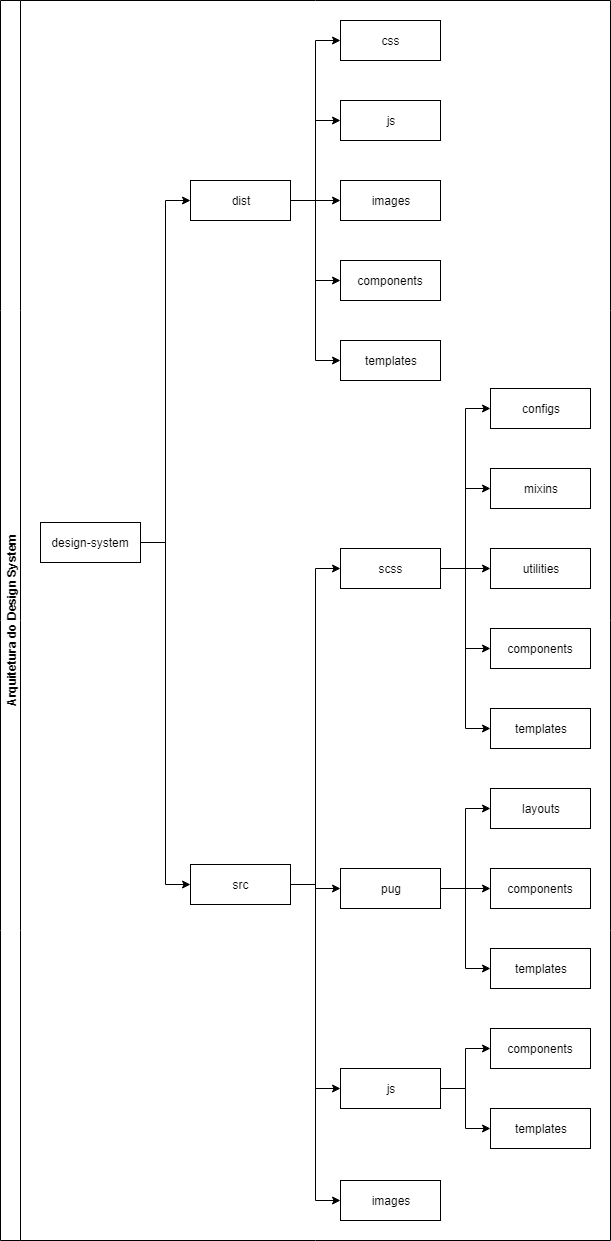
Above: docs/arquitetura/arquitetura.png in ouvidoria-inpi/tympanus (draw.io), before the change. Source tidied: cells renumbered, new cells last; positions are measured from the earlier drawing's top-left corner, leaving out a move shared by most shapes. Its diagram source:
```xml
<mxGraphModel>
  <root>
    <mxCell id="0" />
    <mxCell id="1" parent="0" />
    <mxCell id="2" value="Arquitetura do Design System" style="swimlane;html=1;startSize=20;horizontal=0;horizontalTree=1;containerType=tree;" parent="1" vertex="1">
      <mxGeometry width="610" height="1240" as="geometry" />
    </mxCell>
    <mxCell id="3" value="design-system" style="whiteSpace=wrap;html=1;" parent="2" vertex="1">
      <mxGeometry x="40" y="522" width="100" height="40" as="geometry" />
    </mxCell>
    <mxCell id="4" value="dist" style="whiteSpace=wrap;html=1;" parent="2" vertex="1">
      <mxGeometry x="190" y="180" width="100" height="40" as="geometry" />
    </mxCell>
    <mxCell id="5" style="edgeStyle=elbowEdgeStyle;elbow=horizontal;html=1;rounded=0;" parent="2" edge="1" source="3" target="4">
      <mxGeometry relative="1" as="geometry" />
    </mxCell>
    <mxCell id="6" style="edgeStyle=elbowEdgeStyle;elbow=horizontal;html=1;rounded=0;" parent="2" edge="1" source="3" target="7">
      <mxGeometry relative="1" as="geometry" />
    </mxCell>
    <mxCell id="7" value="src" style="whiteSpace=wrap;html=1;" parent="2" vertex="1">
      <mxGeometry x="190" y="864" width="100" height="40" as="geometry" />
    </mxCell>
    <mxCell id="8" style="edgeStyle=elbowEdgeStyle;elbow=horizontal;html=1;rounded=0;" parent="2" edge="1" source="4" target="9">
      <mxGeometry relative="1" as="geometry" />
    </mxCell>
    <mxCell id="9" value="css" style="whiteSpace=wrap;html=1;" parent="2" vertex="1">
      <mxGeometry x="340" y="20" width="100" height="40" as="geometry" />
    </mxCell>
    <mxCell id="10" style="edgeStyle=elbowEdgeStyle;elbow=horizontal;html=1;rounded=0;" parent="2" edge="1" source="4" target="11">
      <mxGeometry relative="1" as="geometry" />
    </mxCell>
    <mxCell id="11" value="js" style="whiteSpace=wrap;html=1;" parent="2" vertex="1">
      <mxGeometry x="340" y="100" width="100" height="40" as="geometry" />
    </mxCell>
    <mxCell id="12" style="edgeStyle=elbowEdgeStyle;elbow=horizontal;html=1;rounded=0;" parent="2" edge="1" source="4" target="13">
      <mxGeometry relative="1" as="geometry" />
    </mxCell>
    <mxCell id="13" value="images" style="whiteSpace=wrap;html=1;" parent="2" vertex="1">
      <mxGeometry x="340" y="180" width="100" height="40" as="geometry" />
    </mxCell>
    <mxCell id="14" style="edgeStyle=elbowEdgeStyle;elbow=horizontal;html=1;rounded=0;" parent="2" edge="1" source="7" target="15">
      <mxGeometry relative="1" as="geometry" />
    </mxCell>
    <mxCell id="15" value="scss" style="whiteSpace=wrap;html=1;" parent="2" vertex="1">
      <mxGeometry x="340" y="548" width="100" height="40" as="geometry" />
    </mxCell>
    <mxCell id="16" style="edgeStyle=elbowEdgeStyle;elbow=horizontal;html=1;rounded=0;" parent="2" edge="1" source="15" target="17">
      <mxGeometry relative="1" as="geometry" />
    </mxCell>
    <mxCell id="17" value="configs" style="whiteSpace=wrap;html=1;" parent="2" vertex="1">
      <mxGeometry x="490" y="388" width="100" height="40" as="geometry" />
    </mxCell>
    <mxCell id="18" style="edgeStyle=elbowEdgeStyle;elbow=horizontal;html=1;rounded=0;" parent="2" edge="1" source="15" target="19">
      <mxGeometry relative="1" as="geometry" />
    </mxCell>
    <mxCell id="19" value="mixins" style="whiteSpace=wrap;html=1;" parent="2" vertex="1">
      <mxGeometry x="490" y="468" width="100" height="40" as="geometry" />
    </mxCell>
    <mxCell id="20" style="edgeStyle=elbowEdgeStyle;elbow=horizontal;html=1;rounded=0;" parent="2" edge="1" source="15" target="21">
      <mxGeometry relative="1" as="geometry" />
    </mxCell>
    <mxCell id="21" value="utilities" style="whiteSpace=wrap;html=1;" parent="2" vertex="1">
      <mxGeometry x="490" y="548" width="100" height="40" as="geometry" />
    </mxCell>
    <mxCell id="22" style="edgeStyle=elbowEdgeStyle;elbow=horizontal;html=1;rounded=0;" parent="2" edge="1" source="7" target="23">
      <mxGeometry relative="1" as="geometry" />
    </mxCell>
    <mxCell id="23" value="pug" style="whiteSpace=wrap;html=1;" parent="2" vertex="1">
      <mxGeometry x="340" y="868" width="100" height="40" as="geometry" />
    </mxCell>
    <mxCell id="24" style="edgeStyle=elbowEdgeStyle;elbow=horizontal;html=1;rounded=0;" parent="2" edge="1" source="23" target="25">
      <mxGeometry relative="1" as="geometry" />
    </mxCell>
    <mxCell id="25" value="layouts" style="whiteSpace=wrap;html=1;" parent="2" vertex="1">
      <mxGeometry x="490" y="788" width="100" height="40" as="geometry" />
    </mxCell>
    <mxCell id="26" style="edgeStyle=elbowEdgeStyle;elbow=horizontal;html=1;rounded=0;" parent="2" edge="1" source="23" target="27">
      <mxGeometry relative="1" as="geometry" />
    </mxCell>
    <mxCell id="27" value="components" style="whiteSpace=wrap;html=1;" parent="2" vertex="1">
      <mxGeometry x="490" y="868" width="100" height="40" as="geometry" />
    </mxCell>
    <mxCell id="28" style="edgeStyle=elbowEdgeStyle;elbow=horizontal;html=1;rounded=0;" parent="2" edge="1" source="23" target="29">
      <mxGeometry relative="1" as="geometry" />
    </mxCell>
    <mxCell id="29" value="templates" style="whiteSpace=wrap;html=1;" parent="2" vertex="1">
      <mxGeometry x="490" y="948" width="100" height="40" as="geometry" />
    </mxCell>
    <mxCell id="30" style="edgeStyle=elbowEdgeStyle;elbow=horizontal;html=1;rounded=0;" parent="2" edge="1" source="7" target="31">
      <mxGeometry relative="1" as="geometry" />
    </mxCell>
    <mxCell id="31" value="js" style="whiteSpace=wrap;html=1;" parent="2" vertex="1">
      <mxGeometry x="340" y="1068" width="100" height="40" as="geometry" />
    </mxCell>
    <mxCell id="32" style="edgeStyle=elbowEdgeStyle;elbow=horizontal;html=1;rounded=0;" parent="2" edge="1" source="31" target="33">
      <mxGeometry relative="1" as="geometry" />
    </mxCell>
    <mxCell id="33" value="components" style="whiteSpace=wrap;html=1;" parent="2" vertex="1">
      <mxGeometry x="490" y="1028" width="100" height="40" as="geometry" />
    </mxCell>
    <mxCell id="34" style="edgeStyle=elbowEdgeStyle;elbow=horizontal;html=1;rounded=0;" parent="2" edge="1" source="31" target="35">
      <mxGeometry relative="1" as="geometry" />
    </mxCell>
    <mxCell id="35" value="templates" style="whiteSpace=wrap;html=1;" parent="2" vertex="1">
      <mxGeometry x="490" y="1108" width="100" height="40" as="geometry" />
    </mxCell>
    <mxCell id="36" value="components" style="whiteSpace=wrap;html=1;" parent="2" vertex="1">
      <mxGeometry x="340" y="260" width="100" height="40" as="geometry" />
    </mxCell>
    <mxCell id="37" style="edgeStyle=elbowEdgeStyle;elbow=horizontal;html=1;rounded=0;" parent="2" edge="1" source="4" target="36">
      <mxGeometry relative="1" as="geometry" />
    </mxCell>
    <mxCell id="38" value="components" style="whiteSpace=wrap;html=1;" parent="2" vertex="1">
      <mxGeometry x="490" y="628" width="100" height="40" as="geometry" />
    </mxCell>
    <mxCell id="39" style="edgeStyle=elbowEdgeStyle;elbow=horizontal;html=1;rounded=0;" parent="2" edge="1" source="15" target="38">
      <mxGeometry relative="1" as="geometry" />
    </mxCell>
    <mxCell id="40" value="templates" style="whiteSpace=wrap;html=1;" parent="2" vertex="1">
      <mxGeometry x="490" y="708" width="100" height="40" as="geometry" />
    </mxCell>
    <mxCell id="41" style="edgeStyle=elbowEdgeStyle;elbow=horizontal;html=1;rounded=0;" parent="2" edge="1" source="15" target="40">
      <mxGeometry relative="1" as="geometry" />
    </mxCell>
    <mxCell id="42" value="templates" style="whiteSpace=wrap;html=1;" parent="2" vertex="1">
      <mxGeometry x="340" y="340" width="100" height="40" as="geometry" />
    </mxCell>
    <mxCell id="43" style="edgeStyle=elbowEdgeStyle;elbow=horizontal;html=1;rounded=0;" parent="2" edge="1" source="4" target="42">
      <mxGeometry relative="1" as="geometry" />
    </mxCell>
    <mxCell id="44" value="images" style="whiteSpace=wrap;html=1;" parent="2" vertex="1">
      <mxGeometry x="340" y="1180" width="100" height="40" as="geometry" />
    </mxCell>
    <mxCell id="45" style="edgeStyle=elbowEdgeStyle;elbow=horizontal;html=1;rounded=0;" parent="2" edge="1" source="7" target="44">
      <mxGeometry relative="1" as="geometry" />
    </mxCell>
  </root>
</mxGraphModel>
```
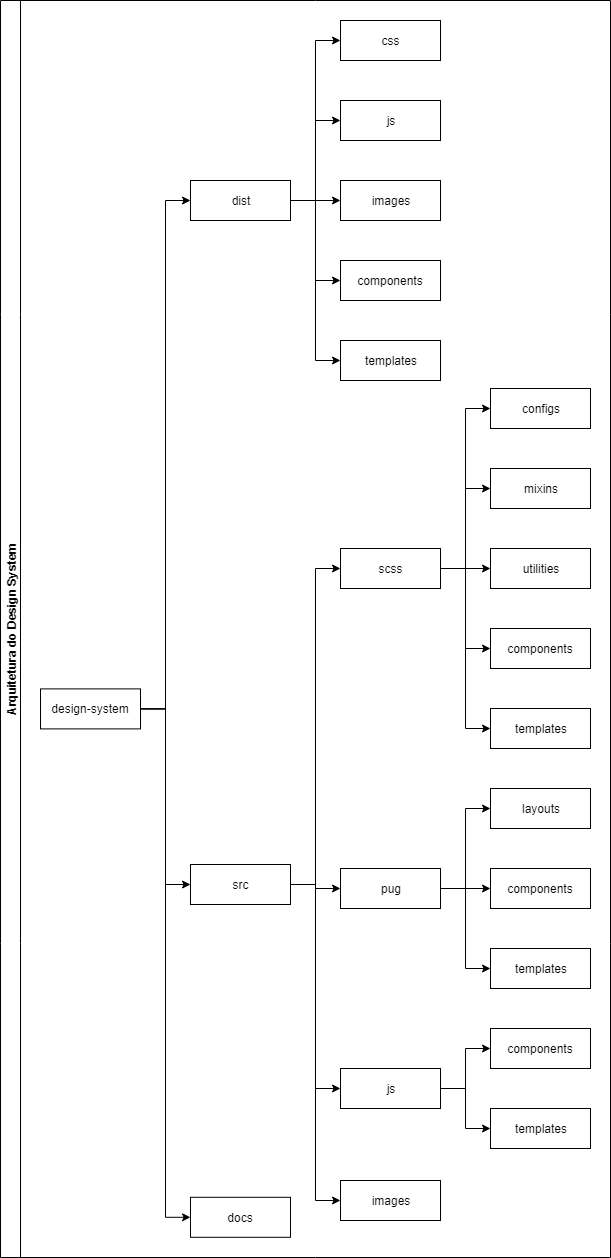
The same file after the commit.

Commit message:
atualização na arquitetura

What changed in the source:
```diff
@@ -3,10 +3,10 @@
     <mxCell id="0" />
     <mxCell id="1" parent="0" />
     <mxCell id="2" value="Arquitetura do Design System" style="swimlane;html=1;startSize=20;horizontal=0;horizontalTree=1;containerType=tree;" parent="1" vertex="1">
-      <mxGeometry width="610" height="1240" as="geometry" />
+      <mxGeometry width="610" height="1257" as="geometry" />
     </mxCell>
     <mxCell id="3" value="design-system" style="whiteSpace=wrap;html=1;" parent="2" vertex="1">
-      <mxGeometry x="40" y="522" width="100" height="40" as="geometry" />
+      <mxGeometry x="40" y="688.4" width="100" height="40" as="geometry" />
     </mxCell>
     <mxCell id="4" value="dist" style="whiteSpace=wrap;html=1;" parent="2" vertex="1">
       <mxGeometry x="190" y="180" width="100" height="40" as="geometry" />
@@ -134,5 +134,11 @@
     <mxCell id="45" style="edgeStyle=elbowEdgeStyle;elbow=horizontal;html=1;rounded=0;" parent="2" edge="1" source="7" target="44">
       <mxGeometry relative="1" as="geometry" />
     </mxCell>
+    <mxCell id="46" value="docs" style="whiteSpace=wrap;html=1;" parent="2" vertex="1">
+      <mxGeometry x="190" y="1196.8" width="100" height="40" as="geometry" />
+    </mxCell>
+    <mxCell id="47" style="edgeStyle=elbowEdgeStyle;elbow=horizontal;html=1;rounded=0;" parent="2" edge="1" source="3" target="46">
+      <mxGeometry relative="1" as="geometry" />
+    </mxCell>
   </root>
 </mxGraphModel>
```
